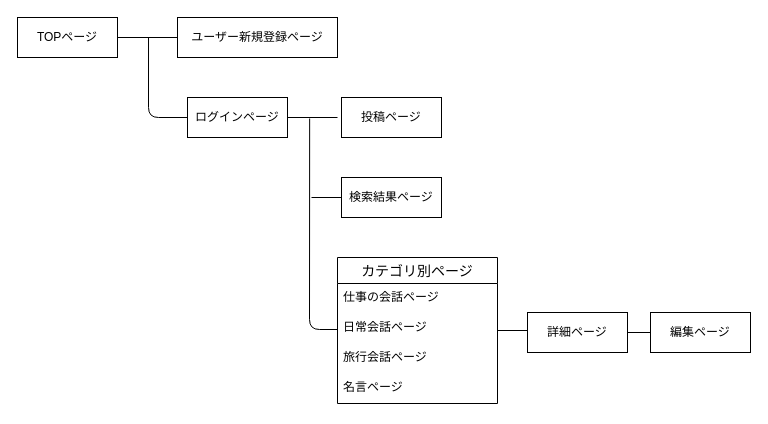
The draw.io diagram wannamein.dio in manami0624/wannamein, before the edit. Source tidied: cells renumbered, new cells numbered last; positions are measured from the earlier drawing's top-left corner, leaving out a move shared by most shapes. Both pictures are drawn from the tidied source at 100%, with x=0, y=0 at pixel (17, 17).
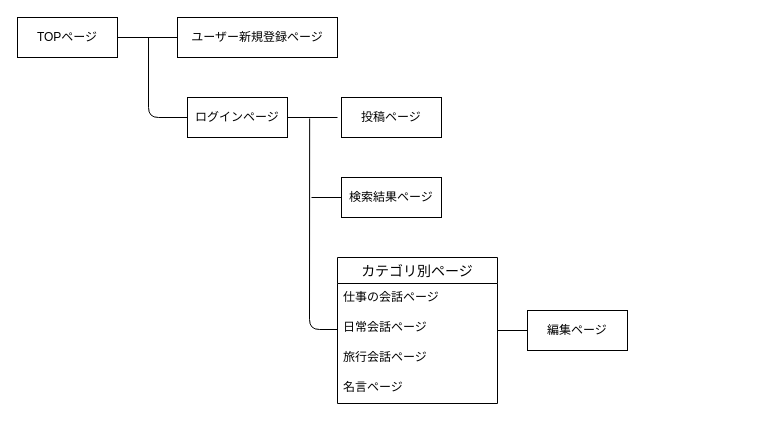
Above is the later version.

What changed in the source:
```diff
@@
-    <mxCell id="8" value="詳細ページ" style="whiteSpace=wrap;html=1;align=center;" parent="1" vertex="1">
-      <mxGeometry x="510" y="295" width="100" height="40" as="geometry" />
-    </mxCell>
     <mxCell id="9" value="編集ページ" style="whiteSpace=wrap;html=1;align=center;" parent="1" vertex="1">
-      <mxGeometry x="633" y="295" width="100" height="40" as="geometry" />
+      <mxGeometry x="510" y="293" width="100" height="40" as="geometry" />
     </mxCell>
@@
-    <mxCell id="14" style="line;strokeWidth=1;dashed=0;labelPosition=right;align=left;verticalAlign=middle;spacingTop=0;spacingLeft=6;" parent="1" vertex="1">
-      <mxGeometry x="610" y="310" width="23" height="10" as="geometry" />
-    </mxCell>
```
